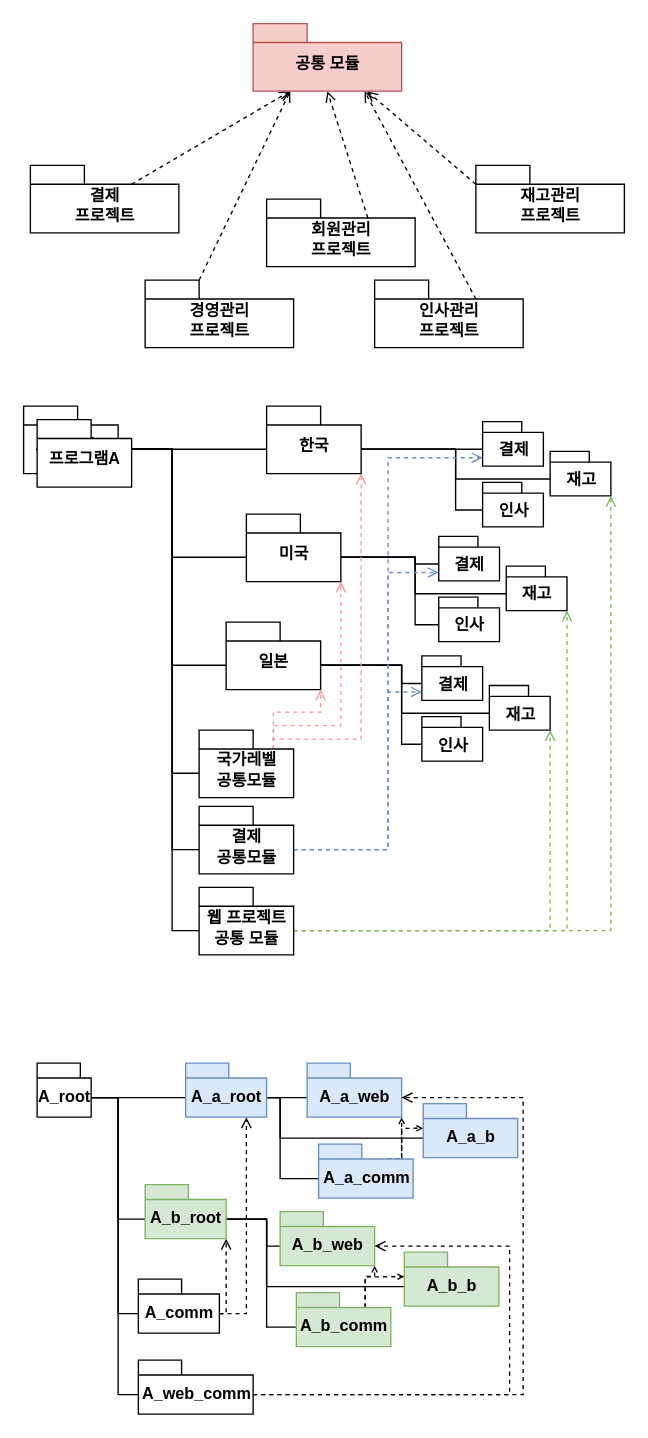
Earlier version of the draw.io diagram _posts/_image/_drawio/2019.s1.drawio (rura6502/rura6502.github.io). Source tidied: cells renumbered, new cells numbered last; positions are measured from the earlier drawing's top-left corner, leaving out a move shared by most shapes. Both pictures are drawn from the tidied source at 135%, with x=0, y=0 at pixel (23, 23).
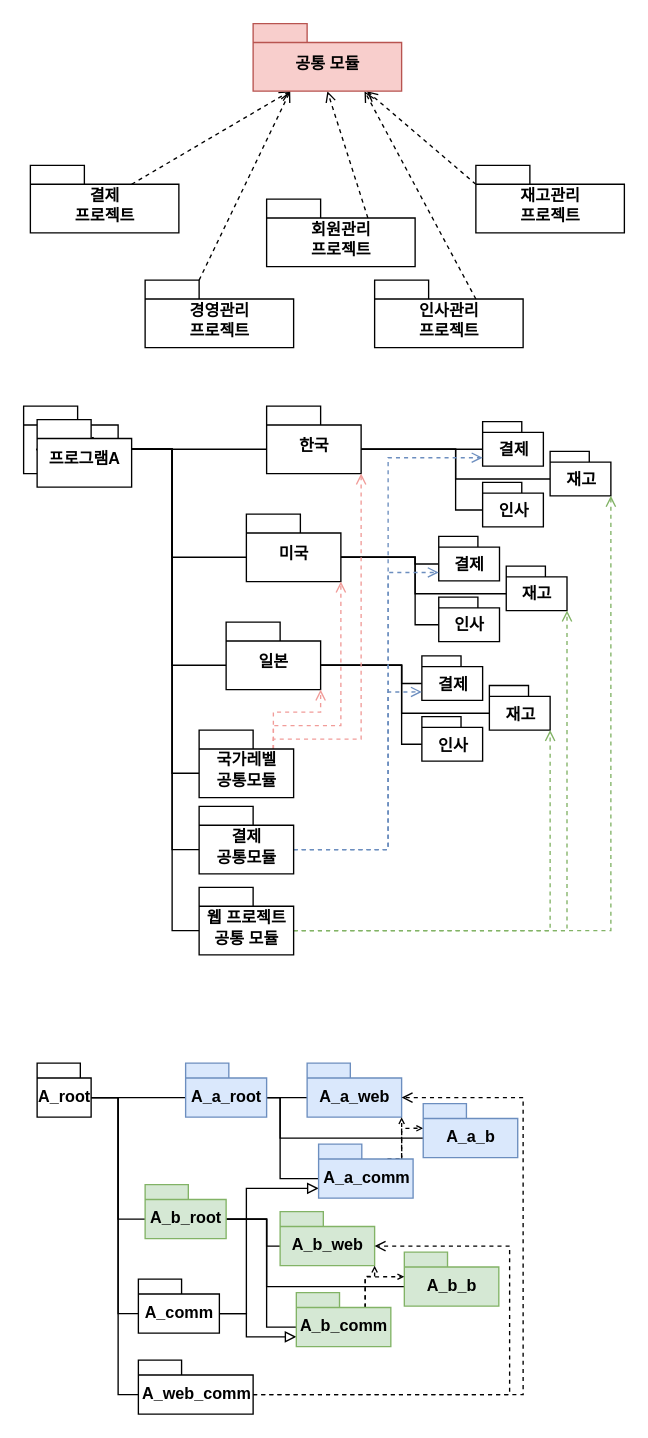
After the change.

The change refers to these unchanged cells:
```xml
<mxCell id="62" value="A_a_root" style="shape=folder;fontStyle=1;spacingTop=10;tabWidth=32;tabHeight=11;tabPosition=left;html=1;fillColor=#dae8fc;strokeColor=#6c8ebf;" parent="1" vertex="1">
  <mxGeometry x="120" y="770" width="60" height="40" as="geometry" />
</mxCell>
<mxCell id="66" value="A_b_root" style="shape=folder;fontStyle=1;spacingTop=10;tabWidth=32;tabHeight=11;tabPosition=left;html=1;fillColor=#d5e8d4;strokeColor=#82b366;" parent="1" vertex="1">
  <mxGeometry x="90" y="860" width="60" height="40" as="geometry" />
</mxCell>
<mxCell id="69" value="A_comm" style="shape=folder;fontStyle=1;spacingTop=10;tabWidth=32;tabHeight=11;tabPosition=left;html=1;" parent="1" vertex="1">
  <mxGeometry x="85" y="930" width="60" height="40" as="geometry" />
</mxCell>
<mxCell id="73" value="A_a_comm" style="shape=folder;fontStyle=1;spacingTop=10;tabWidth=32;tabHeight=11;tabPosition=left;html=1;fillColor=#dae8fc;strokeColor=#6c8ebf;" parent="1" vertex="1">
  <mxGeometry x="218.5" y="830" width="70" height="40" as="geometry" />
</mxCell>
<mxCell id="79" value="A_b_comm" style="shape=folder;fontStyle=1;spacingTop=10;tabWidth=32;tabHeight=11;tabPosition=left;html=1;fillColor=#d5e8d4;strokeColor=#82b366;" parent="1" vertex="1">
  <mxGeometry x="202" y="940" width="70" height="40" as="geometry" />
</mxCell>
```

What changed in the source:
```diff
@@
-    <mxCell id="67" style="edgeStyle=orthogonalEdgeStyle;rounded=0;jettySize=auto;html=1;exitX=0;exitY=0;exitDx=60;exitDy=25.5;exitPerimeter=0;entryX=0;entryY=0;entryDx=60;entryDy=40;entryPerimeter=0;dashed=1;startArrow=none;startFill=0;endArrow=open;endFill=0;strokeColor=#000000;" parent="1" edge="1" source="69" target="66">
+    <mxCell id="67" style="edgeStyle=orthogonalEdgeStyle;rounded=0;jettySize=auto;html=1;exitX=0;exitY=0;exitDx=60;exitDy=25.5;exitPerimeter=0;entryX=0;entryY=0;entryDx=0;entryDy=32.75;entryPerimeter=0;startArrow=none;startFill=0;endArrow=block;endFill=0;strokeColor=#000000;" parent="1" edge="1" source="69" target="73">
       <mxGeometry relative="1" as="geometry">
         <Array as="points">
-          <mxPoint x="150" y="956" />
+          <mxPoint x="165" y="955" />
+          <mxPoint x="165" y="863" />
         </Array>
       </mxGeometry>
     </mxCell>
-    <mxCell id="68" style="edgeStyle=orthogonalEdgeStyle;rounded=0;jettySize=auto;html=1;exitX=0;exitY=0;exitDx=60;exitDy=25.5;exitPerimeter=0;entryX=0.75;entryY=1;entryDx=0;entryDy=0;entryPerimeter=0;dashed=1;startArrow=none;startFill=0;endArrow=open;endFill=0;strokeColor=#000000;" parent="1" edge="1" source="69" target="62">
+    <mxCell id="68" style="edgeStyle=orthogonalEdgeStyle;rounded=0;jettySize=auto;html=1;exitX=0;exitY=0;exitDx=60;exitDy=25.5;exitPerimeter=0;entryX=0;entryY=0;entryDx=0;entryDy=32.75;entryPerimeter=0;startArrow=none;startFill=0;endArrow=block;endFill=0;strokeColor=#000000;" parent="1" edge="1" source="69" target="79">
       <mxGeometry relative="1" as="geometry">
         <Array as="points">
-          <mxPoint x="165" y="956" />
+          <mxPoint x="165" y="955" />
+          <mxPoint x="165" y="973" />
         </Array>
       </mxGeometry>
     </mxCell>
```
